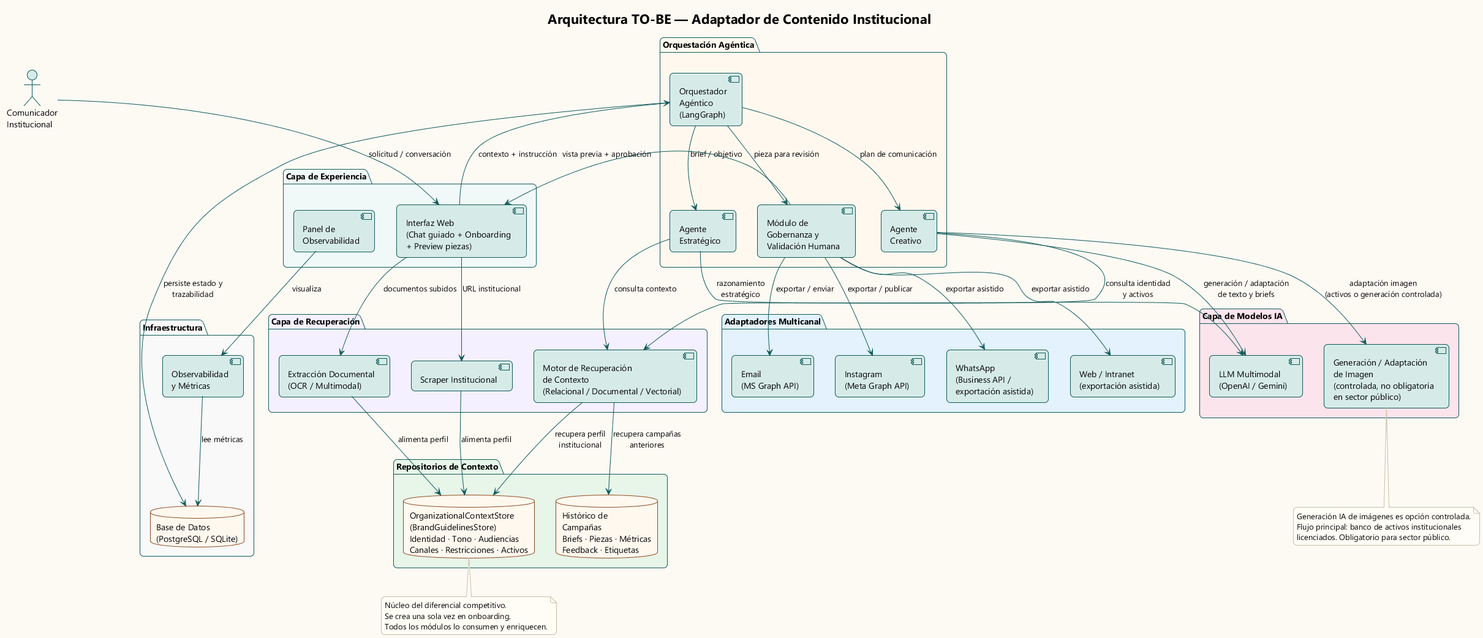
sedibuc/documentacion_cintel keeps this PlantUML diagram as agent/assets/img/diagramas/to-be-arquitectura.png. Above is the earlier version.
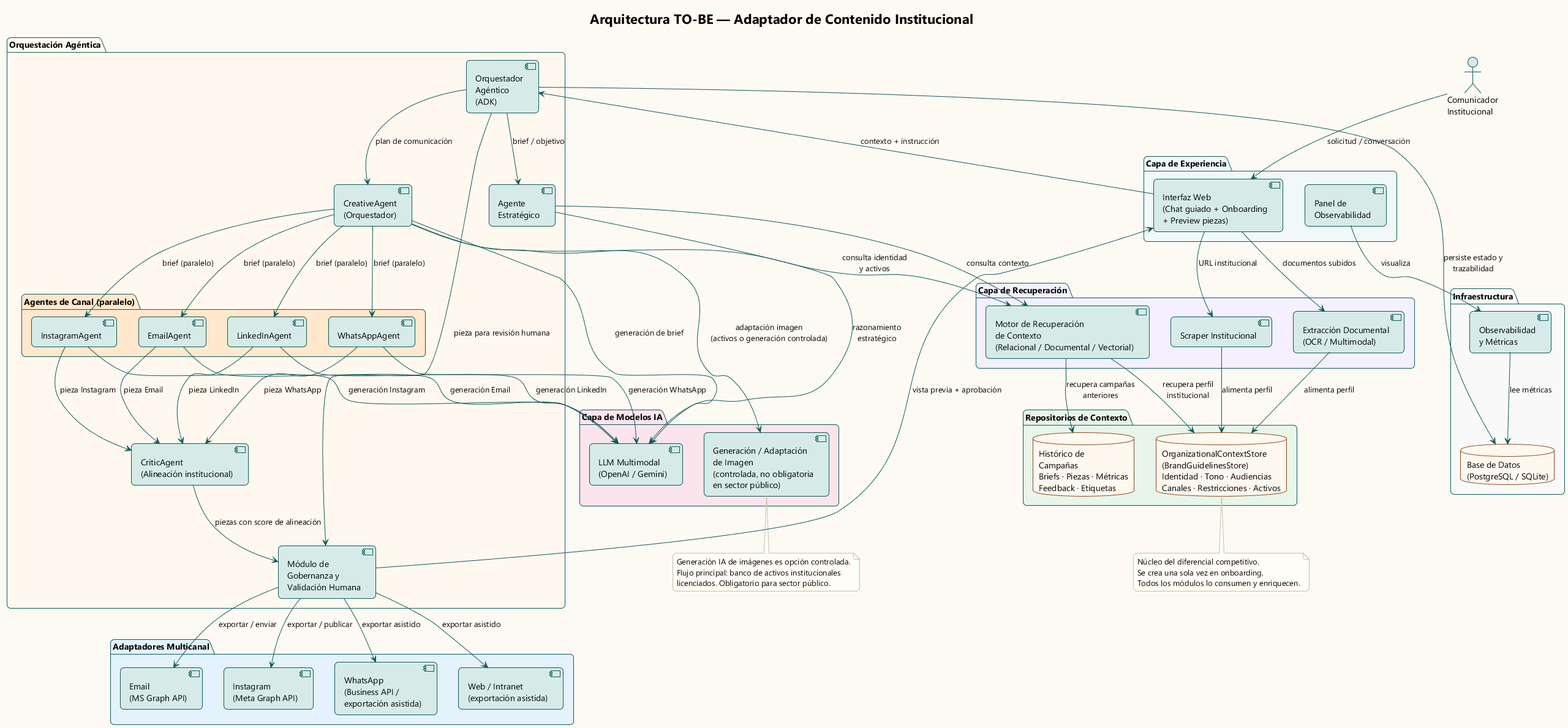
After the change.

The edit, as a diff of the source:
```diff
@@ -25,9 +25,16 @@
 }
 
 package "Orquestación Agéntica" #fff8ef {
-  component "Orquestador\nAgéntico\n(LangGraph)" as ORQUESTADOR
+  component "Orquestador\nAgéntico\n(ADK)" as ORQUESTADOR
   component "Agente\nEstratégico" as AGENTE_EST
-  component "Agente\nCreativo" as AGENTE_CREA
+  component "CreativeAgent\n(Orquestador)" as AGENTE_CREA
+  component "CriticAgent\n(Alineación institucional)" as CRITIC
+  package "Agentes de Canal (paralelo)" #ffe8cc {
+    component "LinkedInAgent" as LI_AGENT
+    component "InstagramAgent" as IG_AGENT
+    component "EmailAgent" as EMAIL_AGENT
+    component "WhatsAppAgent" as WA_AGENT
+  }
   component "Módulo de\nGobernanza y\nValidación Humana" as GOBERNANZA
 }
 
@@ -63,7 +70,16 @@
 UI --> ORQUESTADOR : contexto + instrucción
 ORQUESTADOR --> AGENTE_EST : brief / objetivo
 ORQUESTADOR --> AGENTE_CREA : plan de comunicación
-ORQUESTADOR --> GOBERNANZA : pieza para revisión
+AGENTE_CREA --> LI_AGENT : brief (paralelo)
+AGENTE_CREA --> IG_AGENT : brief (paralelo)
+AGENTE_CREA --> EMAIL_AGENT : brief (paralelo)
+AGENTE_CREA --> WA_AGENT : brief (paralelo)
+LI_AGENT --> CRITIC : pieza LinkedIn
+IG_AGENT --> CRITIC : pieza Instagram
+EMAIL_AGENT --> CRITIC : pieza Email
+WA_AGENT --> CRITIC : pieza WhatsApp
+CRITIC --> GOBERNANZA : piezas con score de alineación
+ORQUESTADOR --> GOBERNANZA : pieza para revisión humana
 
 AGENTE_EST --> RETRIEVAL : consulta contexto
 AGENTE_CREA --> RETRIEVAL : consulta identidad\ny activos
@@ -76,7 +92,11 @@
 SCRAPER --> BGS : alimenta perfil
 
 AGENTE_EST --> LLM : razonamiento\nestratégico
-AGENTE_CREA --> LLM : generación / adaptación\nde texto y briefs
+AGENTE_CREA --> LLM : generación de brief
+LI_AGENT --> LLM : generación LinkedIn
+IG_AGENT --> LLM : generación Instagram
+EMAIL_AGENT --> LLM : generación Email
+WA_AGENT --> LLM : generación WhatsApp
 AGENTE_CREA --> IMG_GEN : adaptación imagen\n(activos o generación controlada)
 
 GOBERNANZA --> UI : vista previa + aprobación
```
